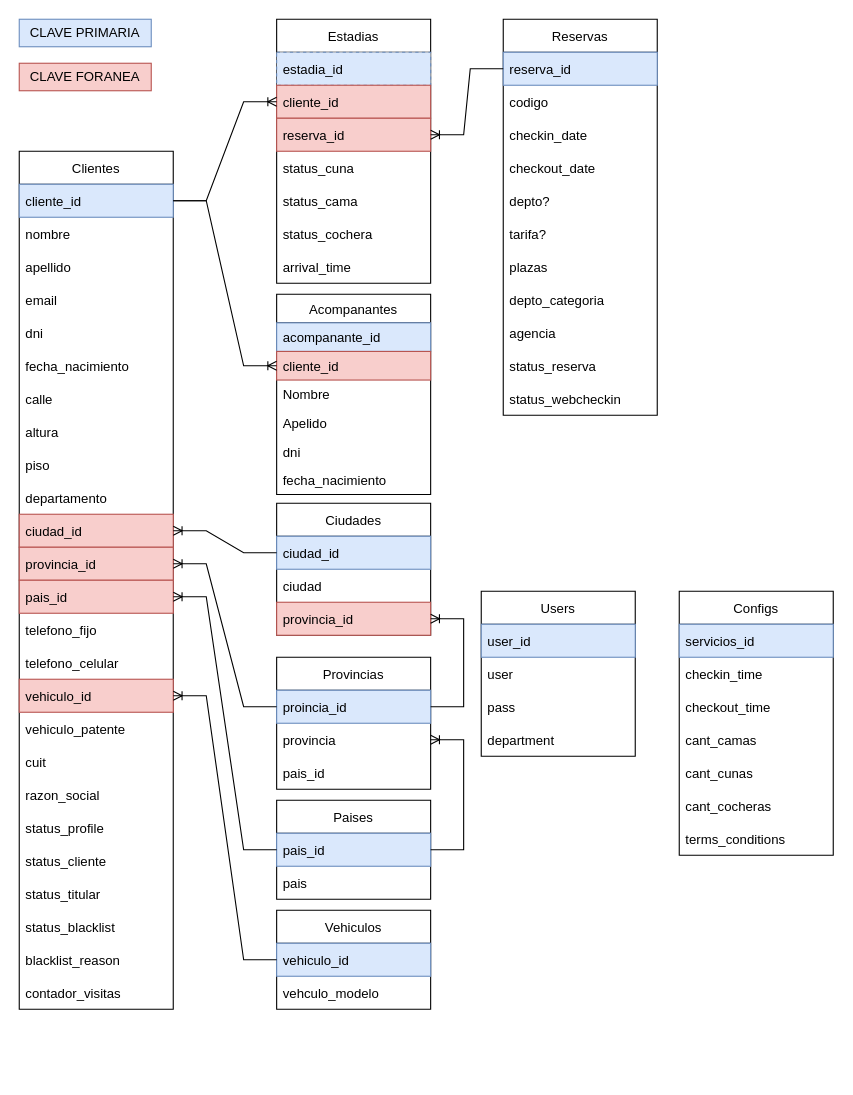
This is page "DB" (1 of 6) of web-checkin/hotel-web-checkin.drawio from danielo101/db-diagrams, a draw.io file, before an edit. Source tidied: cells renumbered, new cells numbered last; positions are measured from the earlier drawing's top-left corner, leaving out a move shared by most shapes. Both pictures are drawn from the tidied source at 110%, with x=0, y=0 at pixel (19, 19).
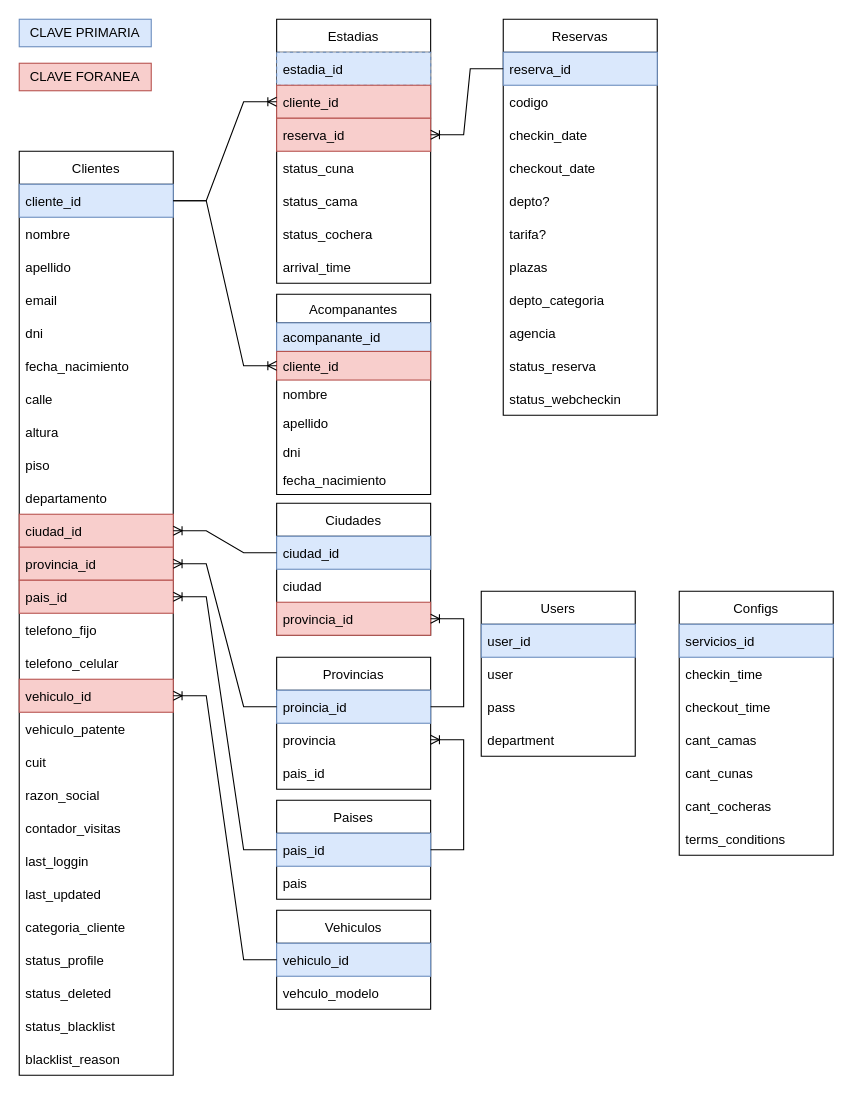
After the change.

Unchanged cells that the change refers to:
```xml
<mxCell id="84" value="Acompanantes" style="swimlane;fontStyle=0;horizontal=1;startSize=26;fillColor=none;" parent="1" vertex="1">
  <mxGeometry x="234" y="250" width="140" height="182" as="geometry" />
</mxCell>
```

Change to the diagram source:
```diff
@@
     <mxCell id="19" value="Clientes" style="swimlane;fontStyle=0;horizontal=1;startSize=30;" parent="1" vertex="1">
-      <mxGeometry y="120" width="140" height="780" as="geometry" />
+      <mxGeometry y="120" width="140" height="840" as="geometry" />
     </mxCell>
@@
+    <mxCell id="44" value="contador_visitas" style="text;strokeColor=none;fillColor=none;align=left;verticalAlign=middle;spacingLeft=4;spacingRight=4;overflow=hidden;fontColor=#000000;" parent="19" vertex="1">
+      <mxGeometry y="600" width="140" height="30" as="geometry" />
+    </mxCell>
+    <mxCell id="93" value="last_loggin" style="text;strokeColor=none;fillColor=none;align=left;verticalAlign=middle;spacingLeft=4;spacingRight=4;overflow=hidden;fontColor=#000000;" parent="19" vertex="1">
+      <mxGeometry y="630" width="140" height="30" as="geometry" />
+    </mxCell>
+    <mxCell id="94" value="last_updated" style="text;strokeColor=none;fillColor=none;align=left;verticalAlign=middle;spacingLeft=4;spacingRight=4;overflow=hidden;fontColor=#000000;" parent="19" vertex="1">
+      <mxGeometry y="660" width="140" height="30" as="geometry" />
+    </mxCell>
+    <mxCell id="40" value="categoria_cliente" style="text;strokeColor=none;fillColor=none;align=left;verticalAlign=middle;spacingLeft=4;spacingRight=4;overflow=hidden;fontColor=#000000;" parent="19" vertex="1">
+      <mxGeometry y="690" width="140" height="30" as="geometry" />
+    </mxCell>
     <mxCell id="39" value="status_profile" style="text;strokeColor=none;fillColor=none;align=left;verticalAlign=middle;spacingLeft=4;spacingRight=4;overflow=hidden;fontColor=#000000;" parent="19" vertex="1">
-      <mxGeometry y="600" width="140" height="30" as="geometry" />
+      <mxGeometry y="720" width="140" height="30" as="geometry" />
     </mxCell>
-    <mxCell id="40" value="status_cliente" style="text;strokeColor=none;fillColor=none;align=left;verticalAlign=middle;spacingLeft=4;spacingRight=4;overflow=hidden;fontColor=#000000;" parent="19" vertex="1">
-      <mxGeometry y="630" width="140" height="30" as="geometry" />
-    </mxCell>
-    <mxCell id="41" value="status_titular" style="text;align=left;verticalAlign=middle;spacingLeft=4;spacingRight=4;overflow=hidden;fontColor=#000000;" parent="19" vertex="1">
-      <mxGeometry y="660" width="140" height="30" as="geometry" />
-    </mxCell>
+    <mxCell id="95" value="status_deleted" style="text;strokeColor=none;fillColor=none;align=left;verticalAlign=middle;spacingLeft=4;spacingRight=4;overflow=hidden;fontColor=#000000;" parent="19" vertex="1">
+      <mxGeometry y="750" width="140" height="30" as="geometry" />
+    </mxCell>
     <mxCell id="42" value="status_blacklist" style="text;strokeColor=none;fillColor=none;align=left;verticalAlign=middle;spacingLeft=4;spacingRight=4;overflow=hidden;fontColor=#000000;" parent="19" vertex="1">
-      <mxGeometry y="690" width="140" height="30" as="geometry" />
+      <mxGeometry y="780" width="140" height="30" as="geometry" />
     </mxCell>
     <mxCell id="43" value="blacklist_reason" style="text;strokeColor=none;fillColor=none;align=left;verticalAlign=middle;spacingLeft=4;spacingRight=4;overflow=hidden;fontColor=#000000;" parent="19" vertex="1">
-      <mxGeometry y="720" width="140" height="30" as="geometry" />
+      <mxGeometry y="810" width="140" height="30" as="geometry" />
     </mxCell>
-    <mxCell id="44" value="contador_visitas" style="text;strokeColor=none;fillColor=none;align=left;verticalAlign=middle;spacingLeft=4;spacingRight=4;overflow=hidden;fontColor=#000000;" parent="19" vertex="1">
-      <mxGeometry y="750" width="140" height="30" as="geometry" />
-    </mxCell>
@@
-    <mxCell id="87" value="Nombre" style="text;strokeColor=none;fillColor=none;align=left;verticalAlign=top;spacingLeft=4;spacingRight=4;overflow=hidden;" parent="84" vertex="1">
+    <mxCell id="87" value="nombre" style="text;strokeColor=none;fillColor=none;align=left;verticalAlign=top;spacingLeft=4;spacingRight=4;overflow=hidden;" parent="84" vertex="1">
       <mxGeometry y="78" width="140" height="26" as="geometry" />
     </mxCell>
-    <mxCell id="88" value="Apelido" style="text;strokeColor=none;fillColor=none;align=left;verticalAlign=top;spacingLeft=4;spacingRight=4;overflow=hidden;" parent="84" vertex="1">
+    <mxCell id="88" value="apellido" style="text;strokeColor=none;fillColor=none;align=left;verticalAlign=top;spacingLeft=4;spacingRight=4;overflow=hidden;" parent="84" vertex="1">
       <mxGeometry y="104" width="140" height="26" as="geometry" />
     </mxCell>
```
